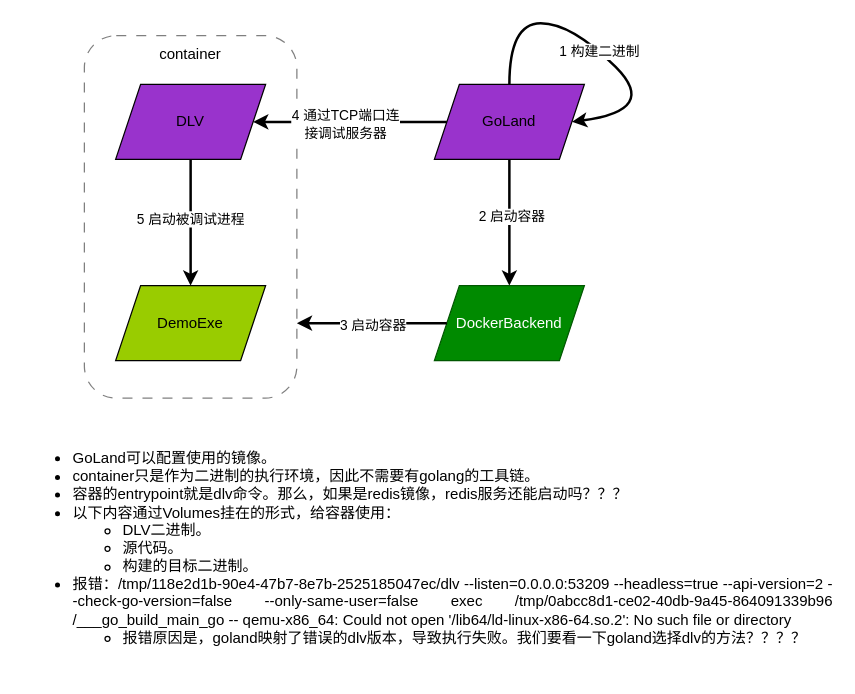
This is goland_debug_with_docker/GolandDockerSupport.drawio from ethanvc/quickstart, a draw.io file, before an edit. Source tidied: cells renumbered, new cells numbered last; positions are measured from the earlier drawing's top-left corner, leaving out a move shared by most shapes. Both pictures are drawn from the tidied source at 125%, with x=0, y=0 at pixel (21, 22).
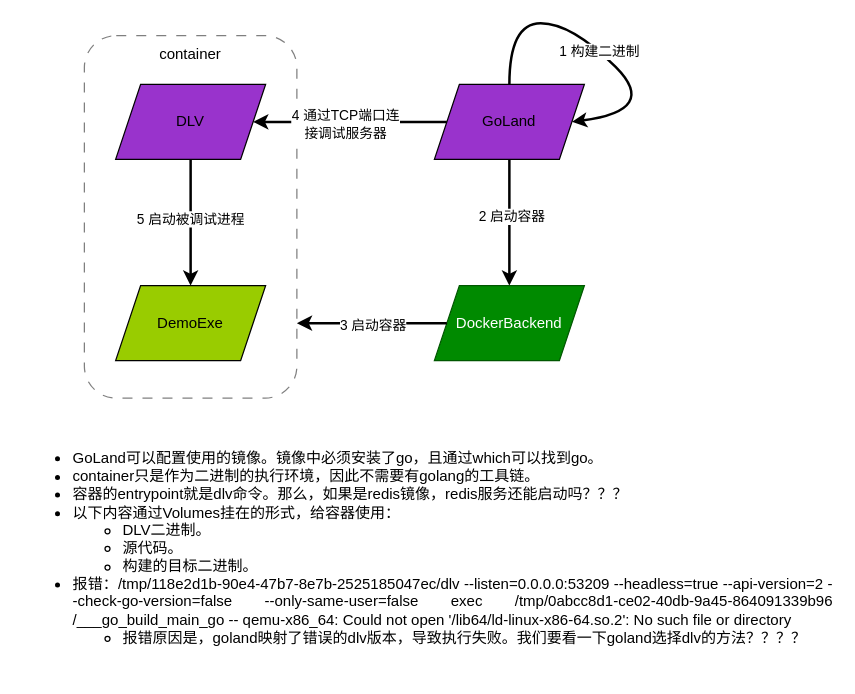
The same diagram, later.

The edit, as a diff of the source:
```diff
@@
-    <mxCell id="4" value="&lt;div style=&quot;text-align: justify;&quot;&gt;&lt;ul&gt;&lt;li&gt;&lt;span style=&quot;background-color: initial;&quot;&gt;GoLand可以配置使用的镜像。&lt;/span&gt;&lt;br&gt;&lt;/li&gt;&lt;li&gt;container只是作为二进制的执行环境，因此不需要有golang的工具链。&lt;/li&gt;&lt;li&gt;容器的entrypoint就是dlv命令。那么，如果是redis镜像，redis服务还能启动吗？？？&lt;/li&gt;&lt;li&gt;以下内容通过Volumes挂在的形式，给容器使用：&lt;/li&gt;&lt;ul&gt;&lt;li&gt;DLV二进制。&lt;/li&gt;&lt;li&gt;源代码。&lt;/li&gt;&lt;li&gt;构建的目标二进制。&lt;/li&gt;&lt;/ul&gt;&lt;li&gt;报错：/tmp/118e2d1b-90e4-47b7-8e7b-2525185047ec/dlv --listen=0.0.0.0:53209 --headless=true --api-version=2 --check-go-version=false --only-same-user=false exec /tmp/0abcc8d1-ce02-40db-9a45-864091339b96 /___go_build_main_go -- qemu-x86_64: Could not open '/lib64/ld-linux-x86-64.so.2': No such file or directory&lt;/li&gt;&lt;ul&gt;&lt;li&gt;报错原因是，goland映射了错误的dlv版本，导致执行失败。我们要看一下goland选择dlv的方法？？？？&lt;/li&gt;&lt;/ul&gt;&lt;/ul&gt;&lt;/div&gt;" style="text;html=1;strokeColor=none;fillColor=none;align=center;verticalAlign=middle;whiteSpace=wrap;rounded=0;" parent="1" vertex="1">
+    <mxCell id="4" value="&lt;div style=&quot;text-align: justify;&quot;&gt;&lt;ul&gt;&lt;li&gt;&lt;span style=&quot;background-color: initial;&quot;&gt;GoLand可以配置使用的镜像。镜像中必须安装了go，且通过which可以找到go。&lt;/span&gt;&lt;br&gt;&lt;/li&gt;&lt;li&gt;container只是作为二进制的执行环境，因此不需要有golang的工具链。&lt;/li&gt;&lt;li&gt;容器的entrypoint就是dlv命令。那么，如果是redis镜像，redis服务还能启动吗？？？&lt;/li&gt;&lt;li&gt;以下内容通过Volumes挂在的形式，给容器使用：&lt;/li&gt;&lt;ul&gt;&lt;li&gt;DLV二进制。&lt;/li&gt;&lt;li&gt;源代码。&lt;/li&gt;&lt;li&gt;构建的目标二进制。&lt;/li&gt;&lt;/ul&gt;&lt;li&gt;报错：/tmp/118e2d1b-90e4-47b7-8e7b-2525185047ec/dlv --listen=0.0.0.0:53209 --headless=true --api-version=2 --check-go-version=false --only-same-user=false exec /tmp/0abcc8d1-ce02-40db-9a45-864091339b96 /___go_build_main_go -- qemu-x86_64: Could not open '/lib64/ld-linux-x86-64.so.2': No such file or directory&lt;/li&gt;&lt;ul&gt;&lt;li&gt;报错原因是，goland映射了错误的dlv版本，导致执行失败。我们要看一下goland选择dlv的方法？？？？&lt;/li&gt;&lt;/ul&gt;&lt;/ul&gt;&lt;/div&gt;" style="text;html=1;strokeColor=none;fillColor=none;align=center;verticalAlign=middle;whiteSpace=wrap;rounded=0;" parent="1" vertex="1">
       <mxGeometry y="320" width="650" height="200" as="geometry" />
     </mxCell>
```
